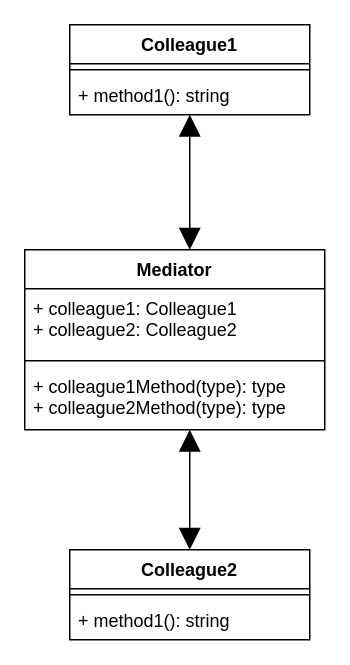
This is Behavioral/Mediator/mediator.drawio from Kazantip94/Patern, a draw.io file, before an edit. Source tidied: cells renumbered, new cells numbered last; positions are measured from the earlier drawing's top-left corner, leaving out a move shared by most shapes. Both pictures are drawn from the tidied source at 150%, with x=0, y=0 at pixel (24, 24).
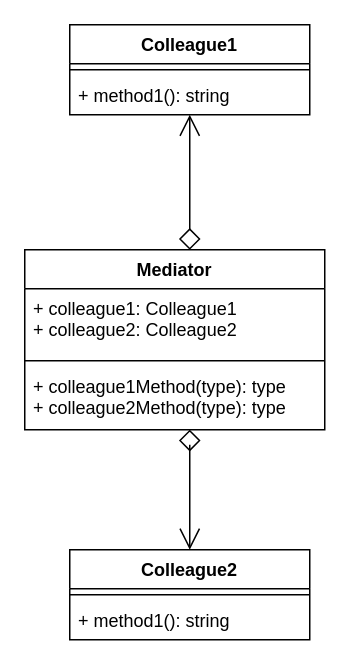
The same diagram, later.

Diff of the diagram source:
```diff
@@
 <mxGraphModel>
   <root>
     <mxCell id="0" />
     <mxCell id="1" parent="0" />
     <mxCell id="2" value="Mediator" style="swimlane;fontStyle=1;align=center;verticalAlign=top;horizontal=1;startSize=26;" parent="1" vertex="1">
       <mxGeometry y="150" width="200" height="120" as="geometry" />
     </mxCell>
     <mxCell id="3" value="+ colleague1: Colleague1&#10;+ colleague2: Colleague2" style="text;strokeColor=none;fillColor=none;align=left;verticalAlign=top;spacingLeft=4;spacingRight=4;overflow=hidden;" parent="2" vertex="1">
       <mxGeometry y="26" width="200" height="44" as="geometry" />
     </mxCell>
     <mxCell id="4" style="line;strokeWidth=1;fillColor=none;align=left;verticalAlign=middle;spacingTop=-1;spacingLeft=3;spacingRight=3;labelPosition=right;" parent="2" vertex="1">
       <mxGeometry y="70" width="200" height="8" as="geometry" />
     </mxCell>
     <mxCell id="5" value="+ colleague1Method(type): type&#10;+ colleague2Method(type): type" style="text;strokeColor=none;fillColor=none;align=left;verticalAlign=top;spacingLeft=4;spacingRight=4;overflow=hidden;points=[[0,0.5],[1,0.5]];portConstraint=eastwest;" parent="2" vertex="1">
       <mxGeometry y="78" width="200" height="42" as="geometry" />
     </mxCell>
     <mxCell id="6" value="Colleague1" style="swimlane;fontStyle=1;align=center;verticalAlign=top;horizontal=1;startSize=26;" parent="1" vertex="1">
       <mxGeometry x="30" width="160" height="60" as="geometry" />
     </mxCell>
     <mxCell id="7" style="line;strokeWidth=1;fillColor=none;align=left;verticalAlign=middle;spacingTop=-1;spacingLeft=3;spacingRight=3;labelPosition=right;" parent="6" vertex="1">
       <mxGeometry y="26" width="160" height="8" as="geometry" />
     </mxCell>
     <mxCell id="8" value="+ method1(): string" style="text;strokeColor=none;fillColor=none;align=left;verticalAlign=top;spacingLeft=4;spacingRight=4;overflow=hidden;points=[[0,0.5],[1,0.5]];portConstraint=eastwest;" parent="6" vertex="1">
       <mxGeometry y="34" width="160" height="26" as="geometry" />
     </mxCell>
     <mxCell id="9" value="Colleague2" style="swimlane;fontStyle=1;align=center;verticalAlign=top;horizontal=1;startSize=26;" parent="1" vertex="1">
       <mxGeometry x="30" y="350" width="160" height="60" as="geometry" />
     </mxCell>
     <mxCell id="10" style="line;strokeWidth=1;fillColor=none;align=left;verticalAlign=middle;spacingTop=-1;spacingLeft=3;spacingRight=3;labelPosition=right;" parent="9" vertex="1">
       <mxGeometry y="26" width="160" height="8" as="geometry" />
     </mxCell>
     <mxCell id="11" value="+ method1(): string" style="text;strokeColor=none;fillColor=none;align=left;verticalAlign=top;spacingLeft=4;spacingRight=4;overflow=hidden;" parent="9" vertex="1">
       <mxGeometry y="34" width="160" height="26" as="geometry" />
     </mxCell>
-    <mxCell id="12" style="edgeStyle=orthogonalEdgeStyle;rounded=0;jettySize=auto;html=1;entryX=0.55;entryY=0;entryDx=0;entryDy=0;entryPerimeter=0;endArrow=block;endFill=1;startArrow=block;startFill=1;endSize=12;startSize=12;" parent="1" edge="1" source="8" target="2">
+    <mxCell id="12" style="edgeStyle=orthogonalEdgeStyle;rounded=0;jettySize=auto;html=1;entryX=0.55;entryY=0;entryDx=0;entryDy=0;entryPerimeter=0;endArrow=diamond;endFill=0;startArrow=open;startFill=0;endSize=12;startSize=12;" parent="1" edge="1" source="8" target="2">
       <mxGeometry relative="1" as="geometry">
         <Array as="points">
           <mxPoint x="110" y="70" />
           <mxPoint x="110" y="70" />
         </Array>
       </mxGeometry>
     </mxCell>
-    <mxCell id="13" style="edgeStyle=orthogonalEdgeStyle;rounded=0;jettySize=auto;html=1;entryX=0.5;entryY=0;entryDx=0;entryDy=0;startArrow=block;startFill=1;endArrow=block;endFill=1;startSize=12;endSize=12;" parent="1" edge="1" source="5" target="9">
+    <mxCell id="13" style="edgeStyle=orthogonalEdgeStyle;rounded=0;jettySize=auto;html=1;entryX=0.5;entryY=0;entryDx=0;entryDy=0;startArrow=diamond;startFill=0;endArrow=open;endFill=0;startSize=12;endSize=12;" parent="1" edge="1" source="5" target="9">
       <mxGeometry relative="1" as="geometry">
         <Array as="points">
           <mxPoint x="110" y="280" />
           <mxPoint x="110" y="280" />
         </Array>
       </mxGeometry>
     </mxCell>
   </root>
 </mxGraphModel>
```
